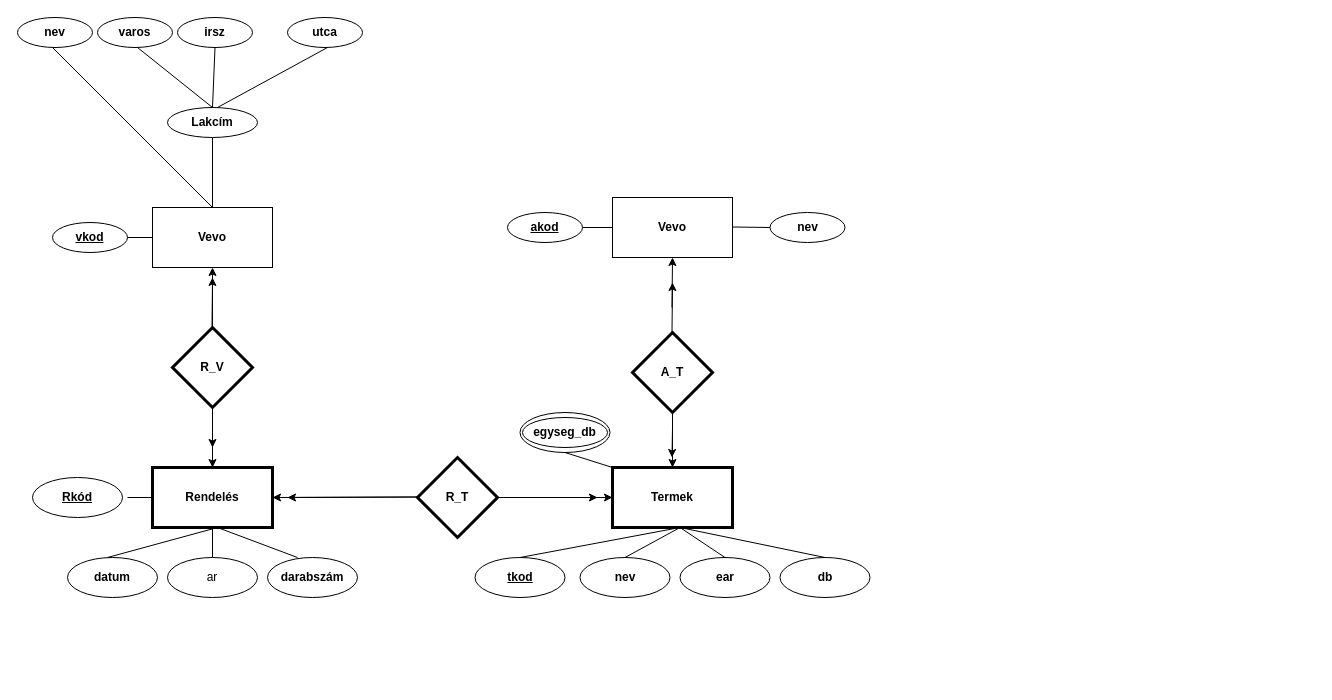
oroszkristof/EYZWG9_DB1 keeps this draw.io diagram as EYZWG9_0305/eyzwg9_2.drawio. Above is the earlier version. Source tidied: cells renumbered, new cells numbered last; positions are measured from the earlier drawing's top-left corner, leaving out a move shared by most shapes. Both pictures are drawn from the tidied source at 100%, with x=0, y=0 at pixel (17, 17).
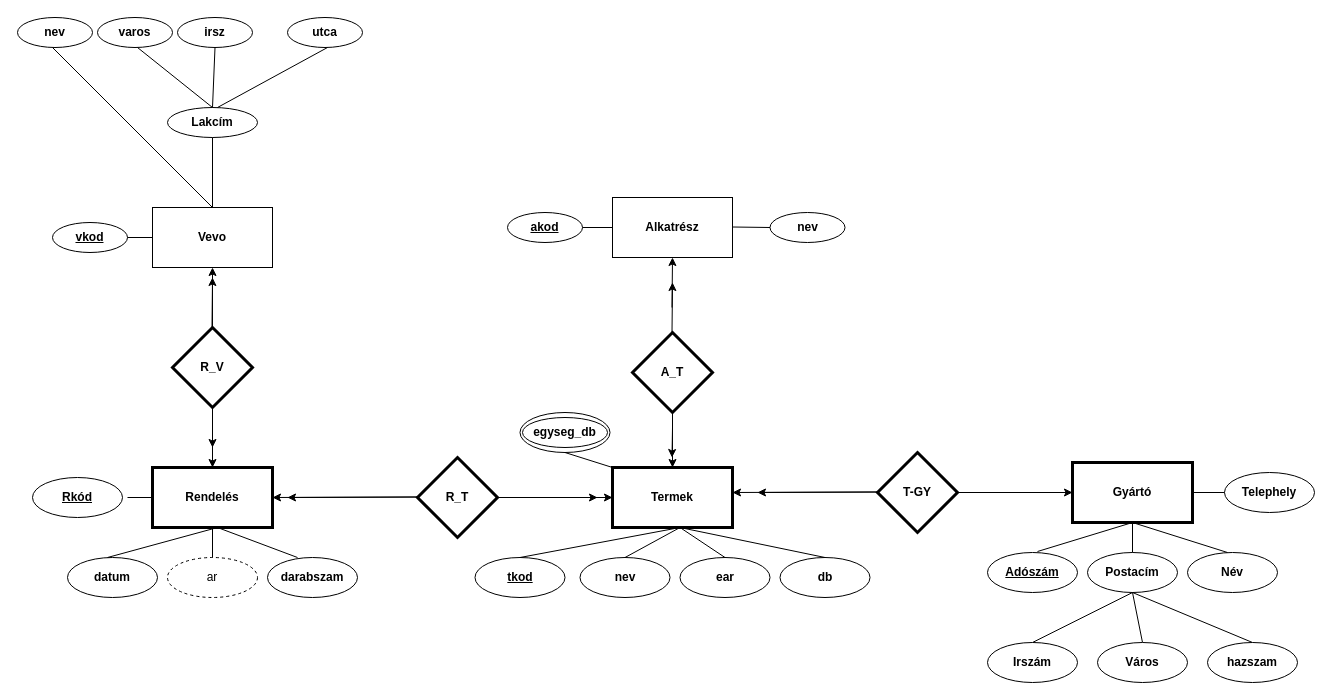
Above is the later version.

The edit, as a diff of the source:
```diff
@@
-    <mxCell id="5" value="ar" style="ellipse;whiteSpace=wrap;html=1;" parent="1" vertex="1">
+    <mxCell id="5" value="ar" style="ellipse;whiteSpace=wrap;html=1;dashed=1;" parent="1" vertex="1">
       <mxGeometry x="150" y="540" width="90" height="40" as="geometry" />
     </mxCell>
-    <mxCell id="6" value="&lt;b&gt;darabszám&lt;/b&gt;" style="ellipse;whiteSpace=wrap;html=1;" parent="1" vertex="1">
+    <mxCell id="6" value="&lt;b&gt;darabszam&lt;/b&gt;" style="ellipse;whiteSpace=wrap;html=1;" parent="1" vertex="1">
       <mxGeometry x="250" y="540" width="90" height="40" as="geometry" />
     </mxCell>
@@
-    <mxCell id="51" value="&lt;b&gt;Vevo&lt;/b&gt;" style="rounded=0;whiteSpace=wrap;html=1;" parent="1" vertex="1">
+    <mxCell id="51" value="&lt;b&gt;Alkatrész&lt;/b&gt;" style="rounded=0;whiteSpace=wrap;html=1;" parent="1" vertex="1">
       <mxGeometry x="595" y="180" width="120" height="60" as="geometry" />
     </mxCell>
@@
+    <mxCell id="56" value="&lt;b&gt;Gyártó&lt;/b&gt;" style="rounded=0;whiteSpace=wrap;strokeWidth=3;html=1;" parent="1" vertex="1">
+      <mxGeometry x="1055" y="445" width="120" height="60" as="geometry" />
+    </mxCell>
+    <mxCell id="57" value="&lt;b&gt;Név&lt;/b&gt;" style="ellipse;whiteSpace=wrap;html=1;" parent="1" vertex="1">
+      <mxGeometry x="1170" y="535" width="90" height="40" as="geometry" />
+    </mxCell>
+    <mxCell id="58" value="&lt;b&gt;Postacím&lt;/b&gt;" style="ellipse;whiteSpace=wrap;html=1;" parent="1" vertex="1">
+      <mxGeometry x="1070" y="535" width="90" height="40" as="geometry" />
+    </mxCell>
+    <mxCell id="59" value="&lt;b&gt;&lt;u&gt;Adószám&lt;/u&gt;&lt;/b&gt;" style="ellipse;whiteSpace=wrap;html=1;" parent="1" vertex="1">
+      <mxGeometry x="970" y="535" width="90" height="40" as="geometry" />
+    </mxCell>
+    <mxCell id="60" style="endArrow=none;html=1;rounded=0;entryX=0.5;entryY=1;entryDx=0;entryDy=0;exitX=0.5;exitY=0;exitDx=0;exitDy=0;" parent="1" edge="1" source="69" target="58">
+      <mxGeometry relative="1" as="geometry" />
+    </mxCell>
+    <mxCell id="61" style="endArrow=none;html=1;rounded=0;entryX=0.5;entryY=1;entryDx=0;entryDy=0;exitX=0.5;exitY=0;exitDx=0;exitDy=0;" parent="1" edge="1" source="68" target="58">
+      <mxGeometry relative="1" as="geometry" />
+    </mxCell>
+    <mxCell id="62" style="endArrow=none;html=1;rounded=0;entryX=0.5;entryY=1;entryDx=0;entryDy=0;" parent="1" edge="1" target="56">
+      <mxGeometry relative="1" as="geometry">
+        <mxPoint x="1210" y="535" as="sourcePoint" />
+      </mxGeometry>
+    </mxCell>
+    <mxCell id="63" style="endArrow=none;html=1;rounded=0;entryX=0.5;entryY=1;entryDx=0;entryDy=0;exitX=0.5;exitY=0;exitDx=0;exitDy=0;" parent="1" edge="1" source="58" target="56">
+      <mxGeometry relative="1" as="geometry" />
+    </mxCell>
+    <mxCell id="64" style="endArrow=none;html=1;rounded=0;entryX=0.5;entryY=1;entryDx=0;entryDy=0;" parent="1" edge="1" target="56">
+      <mxGeometry relative="1" as="geometry">
+        <mxPoint x="1020" y="534" as="sourcePoint" />
+      </mxGeometry>
+    </mxCell>
+    <mxCell id="65" style="endArrow=none;html=1;rounded=0;entryX=0.5;entryY=1;entryDx=0;entryDy=0;" parent="1" edge="1">
+      <mxGeometry relative="1" as="geometry">
+        <mxPoint x="1210" y="475" as="sourcePoint" />
+        <mxPoint x="1175" y="475" as="targetPoint" />
+      </mxGeometry>
+    </mxCell>
+    <mxCell id="66" value="&lt;b&gt;Telephely&lt;/b&gt;" style="ellipse;whiteSpace=wrap;html=1;" parent="1" vertex="1">
+      <mxGeometry x="1207" y="455" width="90" height="40" as="geometry" />
+    </mxCell>
+    <mxCell id="67" style="endArrow=none;html=1;rounded=0;entryX=0.5;entryY=1;entryDx=0;entryDy=0;exitX=0.5;exitY=0;exitDx=0;exitDy=0;" parent="1" edge="1" source="70" target="58">
+      <mxGeometry relative="1" as="geometry" />
+    </mxCell>
+    <mxCell id="68" value="&lt;b&gt;Irszám&lt;/b&gt;" style="ellipse;whiteSpace=wrap;html=1;" parent="1" vertex="1">
+      <mxGeometry x="970" y="625" width="90" height="40" as="geometry" />
+    </mxCell>
+    <mxCell id="69" value="&lt;b&gt;Város&lt;/b&gt;" style="ellipse;whiteSpace=wrap;html=1;" parent="1" vertex="1">
+      <mxGeometry x="1080" y="625" width="90" height="40" as="geometry" />
+    </mxCell>
+    <mxCell id="70" value="&lt;b&gt;hazszam&lt;/b&gt;" style="ellipse;whiteSpace=wrap;html=1;" parent="1" vertex="1">
+      <mxGeometry x="1190" y="625" width="90" height="40" as="geometry" />
+    </mxCell>
+    <mxCell id="71" style="endArrow=classic;html=1;rounded=0;entryX=0;entryY=0.5;entryDx=0;entryDy=0;" parent="1" edge="1" target="56">
+      <mxGeometry relative="1" as="geometry">
+        <mxPoint x="940" y="475" as="sourcePoint" />
+      </mxGeometry>
+    </mxCell>
+    <mxCell id="72" style="endArrow=classic;html=1;rounded=0;entryX=1;entryY=0.5;entryDx=0;entryDy=0;" parent="1" edge="1">
+      <mxGeometry relative="1" as="geometry">
+        <mxPoint x="860" y="474.5" as="sourcePoint" />
+        <mxPoint x="715" y="475" as="targetPoint" />
+      </mxGeometry>
+    </mxCell>
+    <mxCell id="73" value="&lt;b&gt;T-GY&lt;/b&gt;" style="shape=rhombus;whiteSpace=wrap;html=1;strokeWidth=3;" parent="1" vertex="1">
+      <mxGeometry x="860" y="435" width="80" height="80" as="geometry" />
+    </mxCell>
+    <mxCell id="74" style="endArrow=classic;html=1;rounded=0;" parent="1" edge="1">
+      <mxGeometry relative="1" as="geometry">
+        <mxPoint x="860" y="474.5" as="sourcePoint" />
+        <mxPoint x="740" y="475" as="targetPoint" />
+      </mxGeometry>
+    </mxCell>
```
